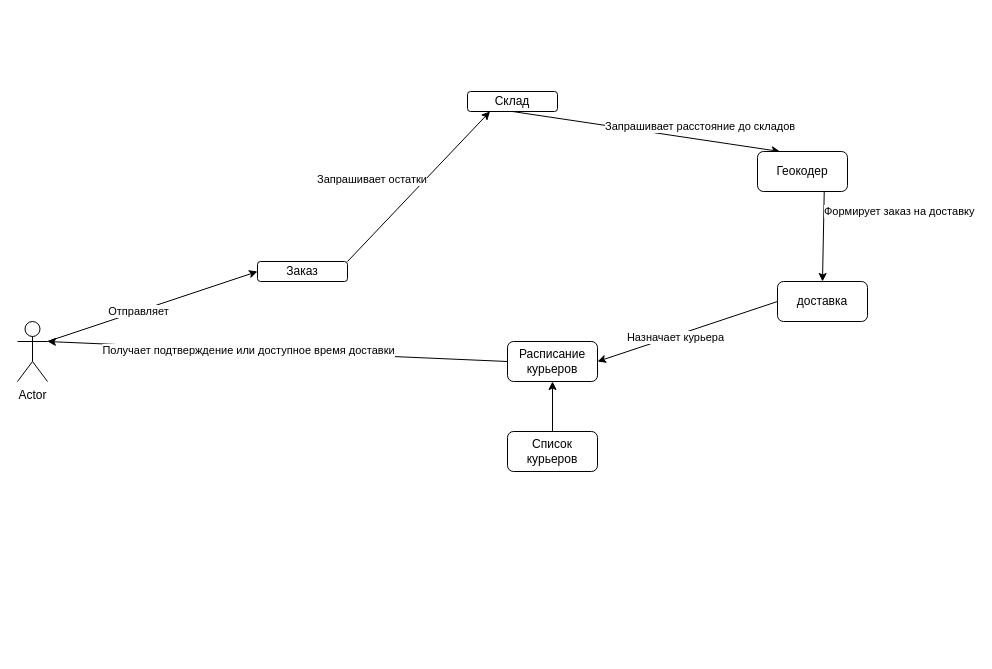
The draw.io diagram diagrams/Untitled Diagram.drawio in evgeny-degtyarev/WH, before the edit. Source tidied: cells renumbered, new cells numbered last; positions are measured from the earlier drawing's top-left corner, leaving out a move shared by most shapes. Both pictures are drawn from the tidied source at 100%, with x=0, y=0 at pixel (17, 91).
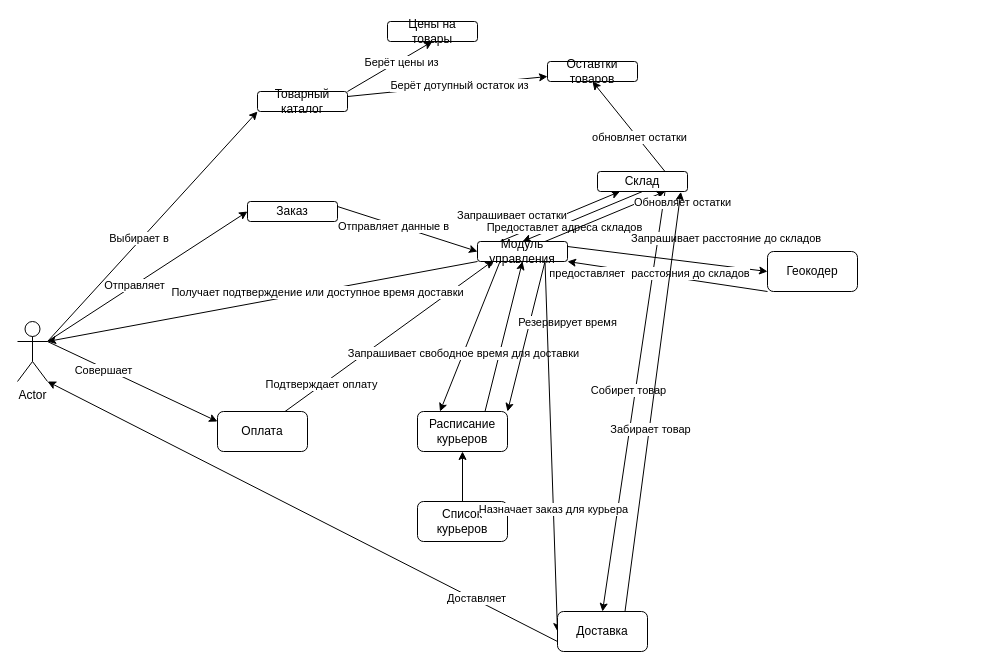
The same diagram, later.

Unchanged cells that the change refers to:
```xml
<mxCell id="4" value="Actor" style="shape=umlActor;verticalLabelPosition=bottom;verticalAlign=top;html=1;outlineConnect=0;" parent="1" vertex="1">
  <mxGeometry y="230" width="30" height="60" as="geometry" />
</mxCell>
```

The edit, as a diff of the source:
```diff
@@
+    <mxCell id="22" style="rounded=0;jettySize=auto;html=1;exitX=1;exitY=0.3333333333333333;exitDx=0;exitDy=0;exitPerimeter=0;entryX=0;entryY=1;entryDx=0;entryDy=0;" parent="1" edge="1" source="4" target="43">
+      <mxGeometry relative="1" as="geometry" />
+    </mxCell>
+    <mxCell id="23" value="Выбирает в&amp;nbsp;" style="edgeLabel;html=1;align=center;verticalAlign=middle;" parent="22" vertex="1">
+      <mxGeometry x="-0.11" y="2" relative="1" as="geometry" />
+    </mxCell>
+    <mxCell id="24" style="edgeStyle=none;rounded=0;jettySize=auto;html=1;exitX=1;exitY=0.3333333333333333;exitDx=0;exitDy=0;exitPerimeter=0;entryX=0;entryY=0.25;entryDx=0;entryDy=0;" parent="1" edge="1" source="4" target="13">
+      <mxGeometry relative="1" as="geometry" />
+    </mxCell>
+    <mxCell id="25" value="Совершает" style="edgeLabel;html=1;align=center;verticalAlign=middle;" parent="24" vertex="1">
+      <mxGeometry x="-0.33" y="-3" relative="1" as="geometry">
+        <mxPoint y="-1" as="offset" />
+      </mxGeometry>
+    </mxCell>
@@
-    <mxCell id="5" style="edgeStyle=none;rounded=0;jettySize=auto;html=1;entryX=0.25;entryY=1;entryDx=0;entryDy=0;exitX=1;exitY=0;exitDx=0;exitDy=0;" parent="1" edge="1" source="7" target="8">
+    <mxCell id="5" style="edgeStyle=none;rounded=0;jettySize=auto;html=1;entryX=0.25;entryY=1;entryDx=0;entryDy=0;exitX=0.25;exitY=0;exitDx=0;exitDy=0;" parent="1" edge="1" source="54" target="8">
       <mxGeometry relative="1" as="geometry" />
     </mxCell>
@@
+    <mxCell id="26" style="edgeStyle=none;rounded=0;jettySize=auto;html=1;exitX=1;exitY=0.25;exitDx=0;exitDy=0;entryX=0;entryY=0.5;entryDx=0;entryDy=0;" parent="1" edge="1" source="7" target="54">
+      <mxGeometry relative="1" as="geometry" />
+    </mxCell>
+    <mxCell id="27" value="Отправляет данные в" style="edgeLabel;html=1;align=center;verticalAlign=middle;" parent="26" vertex="1">
+      <mxGeometry x="-0.2" y="-2" relative="1" as="geometry" />
+    </mxCell>
     <mxCell id="7" value="Заказ" style="rounded=1;whiteSpace=wrap;html=1;" parent="1" vertex="1">
-      <mxGeometry x="240" y="170" width="90" height="20" as="geometry" />
+      <mxGeometry x="230" y="110" width="90" height="20" as="geometry" />
     </mxCell>
+    <mxCell id="28" style="edgeStyle=none;rounded=0;jettySize=auto;html=1;exitX=0.5;exitY=1;exitDx=0;exitDy=0;entryX=0.5;entryY=0;entryDx=0;entryDy=0;" parent="1" edge="1" source="8" target="54">
+      <mxGeometry relative="1" as="geometry" />
+    </mxCell>
+    <mxCell id="29" value="Предоставлет адреса складов" style="edgeLabel;html=1;align=center;verticalAlign=middle;" parent="28" vertex="1">
+      <mxGeometry x="0.32" y="3" relative="1" as="geometry" />
+    </mxCell>
+    <mxCell id="30" style="edgeStyle=none;rounded=0;jettySize=auto;html=1;exitX=0.75;exitY=0;exitDx=0;exitDy=0;entryX=0.5;entryY=1;entryDx=0;entryDy=0;" parent="1" edge="1" source="8" target="45">
+      <mxGeometry relative="1" as="geometry" />
+    </mxCell>
+    <mxCell id="31" value="обновляет остатки" style="edgeLabel;html=1;align=center;verticalAlign=middle;" parent="30" vertex="1">
+      <mxGeometry x="-0.26" y="-1" relative="1" as="geometry" />
+    </mxCell>
+    <mxCell id="32" style="edgeStyle=none;rounded=0;jettySize=auto;html=1;exitX=0.75;exitY=1;exitDx=0;exitDy=0;entryX=0.5;entryY=0;entryDx=0;entryDy=0;" parent="1" edge="1" source="8" target="59">
+      <mxGeometry relative="1" as="geometry" />
+    </mxCell>
+    <mxCell id="33" value="Собирет товар" style="edgeLabel;html=1;align=center;verticalAlign=middle;" parent="32" vertex="1">
+      <mxGeometry x="-0.51" y="-1" relative="1" as="geometry">
+        <mxPoint x="-21" y="96" as="offset" />
+      </mxGeometry>
+    </mxCell>
     <mxCell id="8" value="Склад" style="rounded=1;whiteSpace=wrap;html=1;" parent="1" vertex="1">
-      <mxGeometry x="450" width="90" height="20" as="geometry" />
+      <mxGeometry x="580" y="80" width="90" height="20" as="geometry" />
     </mxCell>
-    <mxCell id="9" style="edgeStyle=none;rounded=0;jettySize=auto;html=1;exitX=0.5;exitY=1;exitDx=0;exitDy=0;entryX=0.25;entryY=0;entryDx=0;entryDy=0;" parent="1" edge="1" source="8" target="16">
+    <mxCell id="9" style="edgeStyle=none;rounded=0;jettySize=auto;html=1;exitX=1;exitY=0.25;exitDx=0;exitDy=0;entryX=0;entryY=0.5;entryDx=0;entryDy=0;" parent="1" edge="1" source="54" target="16">
       <mxGeometry relative="1" as="geometry" />
     </mxCell>
     <mxCell id="10" value="Запрашивает расстояние до складов" style="edgeLabel;html=1;align=left;verticalAlign=middle;" parent="9" vertex="1">
-      <mxGeometry x="-0.32" y="-1" relative="1" as="geometry" />
+      <mxGeometry x="-0.32" y="-1" relative="1" as="geometry">
+        <mxPoint x="-6" y="-18" as="offset" />
+      </mxGeometry>
     </mxCell>
-    <mxCell id="11" style="edgeStyle=none;rounded=0;jettySize=auto;html=1;exitX=0;exitY=0.5;exitDx=0;exitDy=0;entryX=1;entryY=0.5;entryDx=0;entryDy=0;" parent="1" edge="1" source="13" target="19">
-      <mxGeometry relative="1" as="geometry" />
-    </mxCell>
-    <mxCell id="12" value="Назначает курьера" style="edgeLabel;html=1;align=center;verticalAlign=middle;" parent="11" vertex="1">
-      <mxGeometry x="0.14" y="1" relative="1" as="geometry" />
-    </mxCell>
+    <mxCell id="34" style="edgeStyle=none;rounded=0;jettySize=auto;html=1;exitX=0.75;exitY=0;exitDx=0;exitDy=0;entryX=0.178;entryY=0.95;entryDx=0;entryDy=0;entryPerimeter=0;" parent="1" edge="1" source="13" target="54">
+      <mxGeometry relative="1" as="geometry" />
+    </mxCell>
+    <mxCell id="35" value="Подтверждает оплату" style="edgeLabel;html=1;align=center;verticalAlign=middle;" parent="34" vertex="1">
+      <mxGeometry x="-0.65" y="1" relative="1" as="geometry" />
+    </mxCell>
-    <mxCell id="13" value="доставка" style="rounded=1;whiteSpace=wrap;html=1;" parent="1" vertex="1">
-      <mxGeometry x="760" y="190" width="90" height="40" as="geometry" />
+    <mxCell id="13" value="Оплата" style="rounded=1;whiteSpace=wrap;html=1;" parent="1" vertex="1">
+      <mxGeometry x="200" y="320" width="90" height="40" as="geometry" />
     </mxCell>
-    <mxCell id="14" style="edgeStyle=none;rounded=0;jettySize=auto;html=1;exitX=0.75;exitY=0;exitDx=0;exitDy=0;entryX=0.5;entryY=0;entryDx=0;entryDy=0;" parent="1" edge="1" source="16" target="13">
-      <mxGeometry relative="1" as="geometry" />
-    </mxCell>
-    <mxCell id="15" value="Формирует заказ на доставку" style="edgeLabel;html=1;align=left;verticalAlign=middle;" parent="14" vertex="1">
-      <mxGeometry x="-0.42" y="-2" relative="1" as="geometry">
-        <mxPoint y="22" as="offset" />
-      </mxGeometry>
-    </mxCell>
+    <mxCell id="36" style="edgeStyle=none;rounded=0;jettySize=auto;html=1;exitX=0;exitY=1;exitDx=0;exitDy=0;entryX=1;entryY=1;entryDx=0;entryDy=0;" parent="1" edge="1" source="16" target="54">
+      <mxGeometry relative="1" as="geometry" />
+    </mxCell>
+    <mxCell id="37" value="предоставляет&amp;nbsp; расстояния до складов" style="edgeLabel;html=1;align=center;verticalAlign=middle;" parent="36" vertex="1">
+      <mxGeometry x="0.19" y="-1" relative="1" as="geometry" />
+    </mxCell>
     <mxCell id="16" value="Геокодер" style="rounded=1;whiteSpace=wrap;html=1;" parent="1" vertex="1">
-      <mxGeometry x="740" y="60" width="90" height="40" as="geometry" />
+      <mxGeometry x="750" y="160" width="90" height="40" as="geometry" />
     </mxCell>
-    <mxCell id="17" style="edgeStyle=none;rounded=0;jettySize=auto;html=1;exitX=0;exitY=0.5;exitDx=0;exitDy=0;entryX=1;entryY=0.3333333333333333;entryDx=0;entryDy=0;entryPerimeter=0;" parent="1" edge="1" source="19" target="4">
+    <mxCell id="17" style="edgeStyle=none;rounded=0;jettySize=auto;html=1;entryX=1;entryY=0.3333333333333333;entryDx=0;entryDy=0;entryPerimeter=0;exitX=0;exitY=1;exitDx=0;exitDy=0;" parent="1" edge="1" source="54" target="4">
       <mxGeometry relative="1" as="geometry" />
     </mxCell>
     <mxCell id="18" value="Получает подтверждение или доступное время доставки" style="edgeLabel;html=1;align=center;verticalAlign=middle;" parent="17" vertex="1">
-      <mxGeometry x="0.13" relative="1" as="geometry" />
+      <mxGeometry x="0.13" relative="1" as="geometry">
+        <mxPoint x="82" y="-15" as="offset" />
+      </mxGeometry>
     </mxCell>
+    <mxCell id="38" style="edgeStyle=none;rounded=0;jettySize=auto;html=1;exitX=0.75;exitY=0;exitDx=0;exitDy=0;entryX=0.5;entryY=1;entryDx=0;entryDy=0;" parent="1" edge="1" source="19" target="54">
+      <mxGeometry relative="1" as="geometry" />
+    </mxCell>
     <mxCell id="19" value="Расписание курьеров" style="rounded=1;whiteSpace=wrap;html=1;" parent="1" vertex="1">
-      <mxGeometry x="490" y="250" width="90" height="40" as="geometry" />
+      <mxGeometry x="400" y="320" width="90" height="40" as="geometry" />
     </mxCell>
@@
     <mxCell id="21" value="Список курьеров" style="rounded=1;whiteSpace=wrap;html=1;" parent="1" vertex="1">
-      <mxGeometry x="490" y="340" width="90" height="40" as="geometry" />
+      <mxGeometry x="400" y="410" width="90" height="40" as="geometry" />
     </mxCell>
+    <mxCell id="39" style="edgeStyle=none;rounded=0;jettySize=auto;html=1;exitX=1;exitY=0;exitDx=0;exitDy=0;entryX=0.5;entryY=1;entryDx=0;entryDy=0;" parent="1" edge="1" source="43" target="44">
+      <mxGeometry relative="1" as="geometry" />
+    </mxCell>
+    <mxCell id="40" value="Берёт цены из" style="edgeLabel;html=1;align=center;verticalAlign=middle;" parent="39" vertex="1">
+      <mxGeometry x="0.23" y="-2" relative="1" as="geometry" />
+    </mxCell>
+    <mxCell id="41" style="edgeStyle=none;rounded=0;jettySize=auto;html=1;exitX=1;exitY=0.25;exitDx=0;exitDy=0;entryX=0;entryY=0.75;entryDx=0;entryDy=0;" parent="1" edge="1" source="43" target="45">
+      <mxGeometry relative="1" as="geometry" />
+    </mxCell>
+    <mxCell id="42" value="Берёт дотупный остаток из" style="edgeLabel;html=1;align=center;verticalAlign=middle;" parent="41" vertex="1">
+      <mxGeometry x="0.11" relative="1" as="geometry" />
+    </mxCell>
+    <mxCell id="43" value="Товарный каталог" style="rounded=1;whiteSpace=wrap;html=1;" parent="1" vertex="1">
+      <mxGeometry x="240" width="90" height="20" as="geometry" />
+    </mxCell>
+    <mxCell id="44" value="Цены на товары" style="rounded=1;whiteSpace=wrap;html=1;" parent="1" vertex="1">
+      <mxGeometry x="370" y="-70" width="90" height="20" as="geometry" />
+    </mxCell>
+    <mxCell id="45" value="Оставтки товаров" style="rounded=1;whiteSpace=wrap;html=1;" parent="1" vertex="1">
+      <mxGeometry x="530" y="-30" width="90" height="20" as="geometry" />
+    </mxCell>
+    <mxCell id="46" style="edgeStyle=none;rounded=0;jettySize=auto;html=1;exitX=0.25;exitY=1;exitDx=0;exitDy=0;entryX=0.25;entryY=0;entryDx=0;entryDy=0;" parent="1" edge="1" source="54" target="19">
+      <mxGeometry relative="1" as="geometry" />
+    </mxCell>
+    <mxCell id="47" value="Запрашивает свободное время для доставки" style="edgeLabel;html=1;align=center;verticalAlign=middle;" parent="46" vertex="1">
+      <mxGeometry x="0.22" relative="1" as="geometry" />
+    </mxCell>
+    <mxCell id="48" style="edgeStyle=none;rounded=0;jettySize=auto;html=1;exitX=0.75;exitY=0;exitDx=0;exitDy=0;entryX=0.75;entryY=1;entryDx=0;entryDy=0;" parent="1" edge="1" source="54" target="8">
+      <mxGeometry relative="1" as="geometry" />
+    </mxCell>
+    <mxCell id="49" value="Обновляет остатки" style="edgeLabel;html=1;align=left;verticalAlign=middle;" parent="48" vertex="1">
+      <mxGeometry x="0.47" y="3" relative="1" as="geometry" />
+    </mxCell>
+    <mxCell id="50" style="edgeStyle=none;rounded=0;jettySize=auto;html=1;exitX=0.75;exitY=1;exitDx=0;exitDy=0;entryX=1;entryY=0;entryDx=0;entryDy=0;" parent="1" edge="1" source="54" target="19">
+      <mxGeometry relative="1" as="geometry" />
+    </mxCell>
+    <mxCell id="51" value="Резервирует время" style="edgeLabel;html=1;align=center;verticalAlign=middle;" parent="50" vertex="1">
+      <mxGeometry x="-0.21" relative="1" as="geometry">
+        <mxPoint x="37" y="1" as="offset" />
+      </mxGeometry>
+    </mxCell>
+    <mxCell id="52" style="edgeStyle=none;rounded=0;jettySize=auto;html=1;exitX=0.75;exitY=1;exitDx=0;exitDy=0;entryX=0;entryY=0.5;entryDx=0;entryDy=0;" parent="1" edge="1" source="54" target="59">
+      <mxGeometry relative="1" as="geometry" />
+    </mxCell>
+    <mxCell id="53" value="Назначает заказ для курьера" style="edgeLabel;html=1;align=center;verticalAlign=middle;" parent="52" vertex="1">
+      <mxGeometry x="0.34" relative="1" as="geometry" />
+    </mxCell>
+    <mxCell id="54" value="Модуль управления" style="rounded=1;whiteSpace=wrap;html=1;" parent="1" vertex="1">
+      <mxGeometry x="460" y="150" width="90" height="20" as="geometry" />
+    </mxCell>
+    <mxCell id="55" style="edgeStyle=none;rounded=0;jettySize=auto;html=1;exitX=0;exitY=0.75;exitDx=0;exitDy=0;entryX=1;entryY=1;entryDx=0;entryDy=0;entryPerimeter=0;" parent="1" edge="1" source="59" target="4">
+      <mxGeometry relative="1" as="geometry" />
+    </mxCell>
+    <mxCell id="56" value="Доставляет" style="edgeLabel;html=1;align=center;verticalAlign=middle;" parent="55" vertex="1">
+      <mxGeometry x="-0.68" y="-2" relative="1" as="geometry" />
+    </mxCell>
+    <mxCell id="57" style="edgeStyle=none;rounded=0;jettySize=auto;html=1;exitX=0.75;exitY=0;exitDx=0;exitDy=0;entryX=0.926;entryY=1.017;entryDx=0;entryDy=0;entryPerimeter=0;" parent="1" edge="1" source="59" target="8">
+      <mxGeometry relative="1" as="geometry" />
+    </mxCell>
+    <mxCell id="58" value="Забирает товар" style="edgeLabel;html=1;align=center;verticalAlign=middle;" parent="57" vertex="1">
+      <mxGeometry x="-0.13" y="-1" relative="1" as="geometry" />
+    </mxCell>
+    <mxCell id="59" value="Доставка" style="rounded=1;whiteSpace=wrap;html=1;" parent="1" vertex="1">
+      <mxGeometry x="540" y="520" width="90" height="40" as="geometry" />
+    </mxCell>
```
